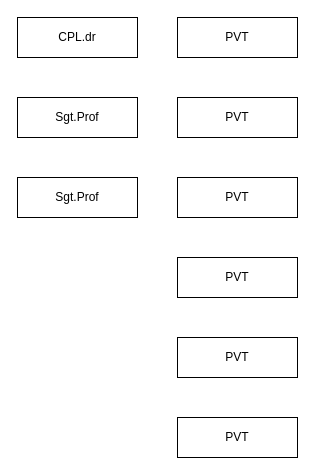
Earlier version of the draw.io diagram Note Project Core/Propia Shelter/Rank Shelter.drawio (maulanaaghnii/propia). Source tidied: cells renumbered, new cells numbered last; positions are measured from the earlier drawing's top-left corner, leaving out a move shared by most shapes. Both pictures are drawn from the tidied source at 100%, with x=0, y=0 at pixel (17, 17).
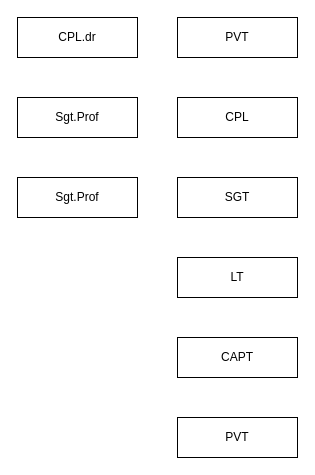
After the change.

What changed in the source:
```diff
@@
 <mxGraphModel>
   <root>
     <mxCell id="0" />
     <mxCell id="1" parent="0" />
     <mxCell id="2" value="CPL.dr" style="rounded=0;whiteSpace=wrap;html=1;" parent="1" vertex="1">
       <mxGeometry width="120" height="40" as="geometry" />
     </mxCell>
     <mxCell id="3" value="Sgt.Prof" style="rounded=0;whiteSpace=wrap;html=1;" parent="1" vertex="1">
       <mxGeometry y="80" width="120" height="40" as="geometry" />
     </mxCell>
     <mxCell id="4" value="Sgt.Prof" style="rounded=0;whiteSpace=wrap;html=1;" parent="1" vertex="1">
       <mxGeometry y="160" width="120" height="40" as="geometry" />
     </mxCell>
     <mxCell id="5" value="PVT" style="rounded=0;whiteSpace=wrap;html=1;" parent="1" vertex="1">
       <mxGeometry x="160" width="120" height="40" as="geometry" />
     </mxCell>
-    <mxCell id="6" value="PVT" style="rounded=0;whiteSpace=wrap;html=1;" parent="1" vertex="1">
+    <mxCell id="6" value="CPL" style="rounded=0;whiteSpace=wrap;html=1;" parent="1" vertex="1">
       <mxGeometry x="160" y="80" width="120" height="40" as="geometry" />
     </mxCell>
     <mxCell id="7" value="PVT" style="rounded=0;whiteSpace=wrap;html=1;" parent="1" vertex="1">
       <mxGeometry x="160" y="400" width="120" height="40" as="geometry" />
     </mxCell>
-    <mxCell id="8" value="PVT" style="rounded=0;whiteSpace=wrap;html=1;" parent="1" vertex="1">
+    <mxCell id="8" value="CAPT" style="rounded=0;whiteSpace=wrap;html=1;" parent="1" vertex="1">
       <mxGeometry x="160" y="320" width="120" height="40" as="geometry" />
     </mxCell>
-    <mxCell id="9" value="PVT" style="rounded=0;whiteSpace=wrap;html=1;" parent="1" vertex="1">
+    <mxCell id="9" value="LT" style="rounded=0;whiteSpace=wrap;html=1;" parent="1" vertex="1">
       <mxGeometry x="160" y="240" width="120" height="40" as="geometry" />
     </mxCell>
-    <mxCell id="10" value="PVT" style="rounded=0;whiteSpace=wrap;html=1;" parent="1" vertex="1">
+    <mxCell id="10" value="SGT" style="rounded=0;whiteSpace=wrap;html=1;" parent="1" vertex="1">
       <mxGeometry x="160" y="160" width="120" height="40" as="geometry" />
     </mxCell>
   </root>
 </mxGraphModel>
```
